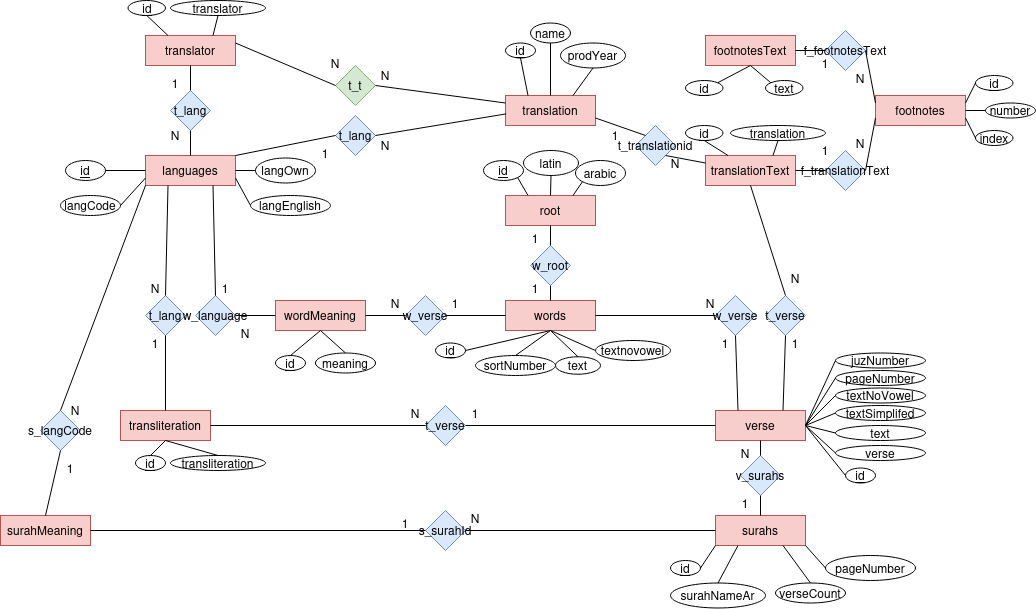
Before: database/database.drawio.png, a diagram exported from draw.io (scriptium-project/scriptium-backend-deprecated). Source tidied: cells renumbered, new cells last; positions are measured from the earlier drawing's top-left corner, leaving out a move shared by most shapes.
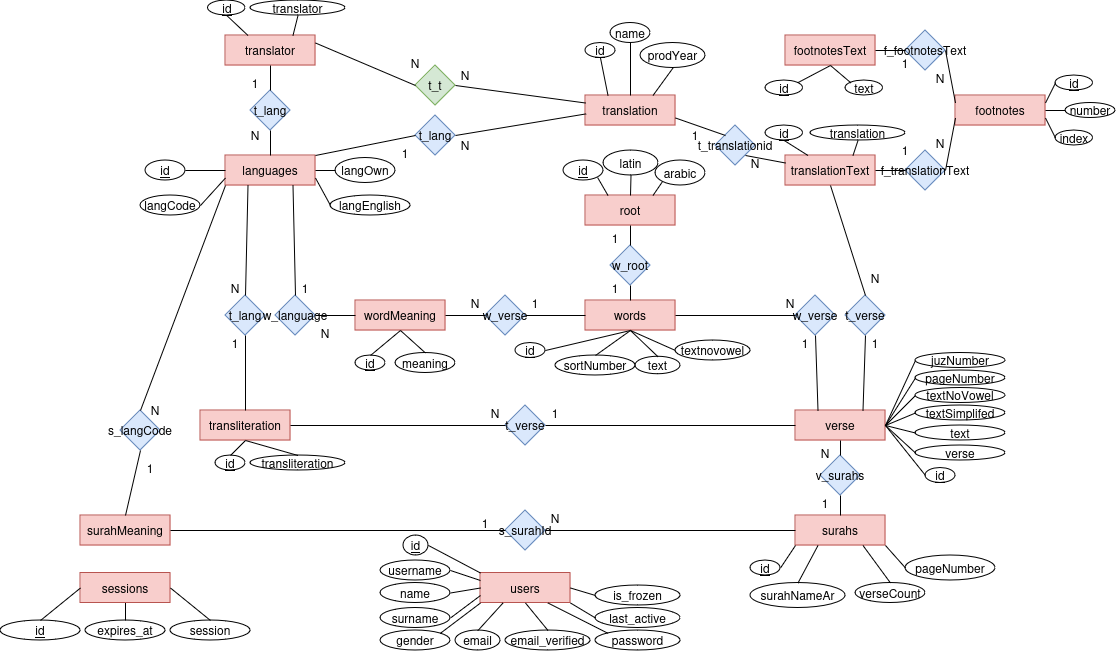
After the change.

Change to the diagram source:
```diff
@@ -509,5 +509,89 @@
     <mxCell id="170" value="N" style="text;html=1;align=center;verticalAlign=middle;whiteSpace=wrap;rounded=0;" parent="1" vertex="1">
       <mxGeometry x="465" y="510" width="20" height="15" as="geometry" />
     </mxCell>
+    <mxCell id="171" value="users" style="rounded=0;whiteSpace=wrap;html=1;fillColor=#f8cecc;strokeColor=#b85450;" parent="1" vertex="1">
+      <mxGeometry x="400" y="572.5" width="90" height="30" as="geometry" />
+    </mxCell>
+    <mxCell id="172" value="sessions" style="rounded=0;whiteSpace=wrap;html=1;fillColor=#f8cecc;strokeColor=#b85450;" parent="1" vertex="1">
+      <mxGeometry y="572.5" width="90" height="30" as="geometry" />
+    </mxCell>
+    <mxCell id="173" value="&lt;u&gt;id&lt;/u&gt;" style="ellipse;whiteSpace=wrap;html=1;" parent="1" vertex="1">
+      <mxGeometry x="-80" y="620" width="80" height="20" as="geometry" />
+    </mxCell>
+    <mxCell id="174" value="expires_at" style="ellipse;whiteSpace=wrap;html=1;" parent="1" vertex="1">
+      <mxGeometry x="5" y="620" width="80" height="20" as="geometry" />
+    </mxCell>
+    <mxCell id="175" value="session" style="ellipse;whiteSpace=wrap;html=1;" parent="1" vertex="1">
+      <mxGeometry x="90" y="620" width="80" height="20" as="geometry" />
+    </mxCell>
+    <mxCell id="176" value="&lt;u&gt;id&lt;/u&gt;" style="ellipse;whiteSpace=wrap;html=1;" parent="1" vertex="1">
+      <mxGeometry x="323" y="535" width="25" height="20" as="geometry" />
+    </mxCell>
+    <mxCell id="177" value="username" style="ellipse;whiteSpace=wrap;html=1;" parent="1" vertex="1">
+      <mxGeometry x="300" y="560" width="70" height="20" as="geometry" />
+    </mxCell>
+    <mxCell id="178" value="name" style="ellipse;whiteSpace=wrap;html=1;" parent="1" vertex="1">
+      <mxGeometry x="300" y="582.5" width="70" height="20" as="geometry" />
+    </mxCell>
+    <mxCell id="179" value="surname" style="ellipse;whiteSpace=wrap;html=1;" parent="1" vertex="1">
+      <mxGeometry x="300" y="607.5" width="70" height="20" as="geometry" />
+    </mxCell>
+    <mxCell id="180" value="gender" style="ellipse;whiteSpace=wrap;html=1;" parent="1" vertex="1">
+      <mxGeometry x="300" y="630" width="70" height="20" as="geometry" />
+    </mxCell>
+    <mxCell id="181" value="email" style="ellipse;whiteSpace=wrap;html=1;" parent="1" vertex="1">
+      <mxGeometry x="375" y="630" width="45" height="20" as="geometry" />
+    </mxCell>
+    <mxCell id="182" value="email_verified" style="ellipse;whiteSpace=wrap;html=1;" parent="1" vertex="1">
+      <mxGeometry x="425" y="630" width="85" height="20" as="geometry" />
+    </mxCell>
+    <mxCell id="183" value="password" style="ellipse;whiteSpace=wrap;html=1;" parent="1" vertex="1">
+      <mxGeometry x="515" y="630" width="85" height="20" as="geometry" />
+    </mxCell>
+    <mxCell id="184" value="last_active" style="ellipse;whiteSpace=wrap;html=1;" parent="1" vertex="1">
+      <mxGeometry x="515" y="607.5" width="85" height="20" as="geometry" />
+    </mxCell>
+    <mxCell id="185" value="is_frozen" style="ellipse;whiteSpace=wrap;html=1;" parent="1" vertex="1">
+      <mxGeometry x="515" y="585" width="85" height="20" as="geometry" />
+    </mxCell>
+    <mxCell id="186" style="endArrow=none;html=1;rounded=0;exitX=0.5;exitY=0;exitDx=0;exitDy=0;entryX=0;entryY=0.5;entryDx=0;entryDy=0;" parent="1" edge="1" source="173" target="172">
+      <mxGeometry relative="1" as="geometry" />
+    </mxCell>
+    <mxCell id="187" style="endArrow=none;html=1;rounded=0;exitX=0.5;exitY=0;exitDx=0;exitDy=0;entryX=0.5;entryY=1;entryDx=0;entryDy=0;" parent="1" edge="1" source="174" target="172">
+      <mxGeometry relative="1" as="geometry" />
+    </mxCell>
+    <mxCell id="188" style="endArrow=none;html=1;rounded=0;exitX=0.5;exitY=0;exitDx=0;exitDy=0;entryX=1;entryY=0.5;entryDx=0;entryDy=0;" parent="1" edge="1" source="175" target="172">
+      <mxGeometry relative="1" as="geometry" />
+    </mxCell>
+    <mxCell id="189" style="endArrow=none;html=1;rounded=0;exitX=1;exitY=0.5;exitDx=0;exitDy=0;entryX=0;entryY=0;entryDx=0;entryDy=0;" parent="1" edge="1" source="176" target="171">
+      <mxGeometry relative="1" as="geometry" />
+    </mxCell>
+    <mxCell id="190" style="endArrow=none;html=1;rounded=0;exitX=1;exitY=0.5;exitDx=0;exitDy=0;entryX=0;entryY=0.25;entryDx=0;entryDy=0;" parent="1" edge="1" source="177" target="171">
+      <mxGeometry relative="1" as="geometry" />
+    </mxCell>
+    <mxCell id="191" style="endArrow=none;html=1;rounded=0;exitX=1;exitY=0.5;exitDx=0;exitDy=0;entryX=0;entryY=0.5;entryDx=0;entryDy=0;" parent="1" edge="1" source="178" target="171">
+      <mxGeometry relative="1" as="geometry" />
+    </mxCell>
+    <mxCell id="192" style="endArrow=none;html=1;rounded=0;exitX=1;exitY=0.5;exitDx=0;exitDy=0;entryX=0;entryY=0.75;entryDx=0;entryDy=0;" parent="1" edge="1" source="179" target="171">
+      <mxGeometry relative="1" as="geometry" />
+    </mxCell>
+    <mxCell id="193" style="endArrow=none;html=1;rounded=0;exitX=1;exitY=0;exitDx=0;exitDy=0;entryX=0;entryY=1;entryDx=0;entryDy=0;" parent="1" edge="1" source="180" target="171">
+      <mxGeometry relative="1" as="geometry" />
+    </mxCell>
+    <mxCell id="194" style="endArrow=none;html=1;rounded=0;exitX=0.5;exitY=0;exitDx=0;exitDy=0;entryX=0.25;entryY=1;entryDx=0;entryDy=0;" parent="1" edge="1" source="181" target="171">
+      <mxGeometry relative="1" as="geometry" />
+    </mxCell>
+    <mxCell id="195" style="endArrow=none;html=1;rounded=0;exitX=0.5;exitY=0;exitDx=0;exitDy=0;entryX=0.5;entryY=1;entryDx=0;entryDy=0;" parent="1" edge="1" source="182" target="171">
+      <mxGeometry relative="1" as="geometry" />
+    </mxCell>
+    <mxCell id="196" style="endArrow=none;html=1;rounded=0;exitX=0;exitY=0;exitDx=0;exitDy=0;entryX=0.75;entryY=1;entryDx=0;entryDy=0;" parent="1" edge="1" source="183" target="171">
+      <mxGeometry relative="1" as="geometry" />
+    </mxCell>
+    <mxCell id="197" style="endArrow=none;html=1;rounded=0;exitX=0;exitY=0.5;exitDx=0;exitDy=0;entryX=1;entryY=1;entryDx=0;entryDy=0;" parent="1" edge="1" source="184" target="171">
+      <mxGeometry relative="1" as="geometry" />
+    </mxCell>
+    <mxCell id="198" style="endArrow=none;html=1;rounded=0;exitX=0;exitY=0.5;exitDx=0;exitDy=0;entryX=1;entryY=0.5;entryDx=0;entryDy=0;" parent="1" edge="1" source="185" target="171">
+      <mxGeometry relative="1" as="geometry" />
+    </mxCell>
   </root>
 </mxGraphModel>
```
